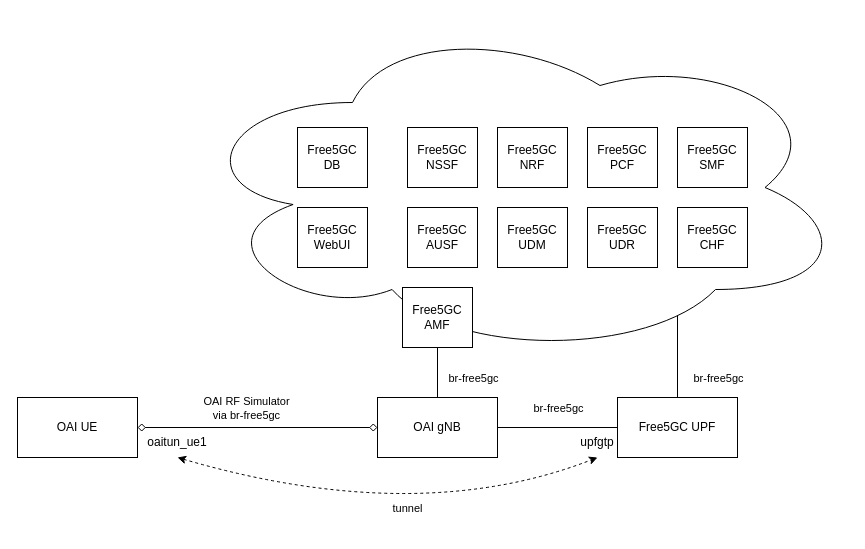
Above: docs/structure.drawio in ottoblep/tsn-5g-testbench (draw.io), before the change. Source tidied: cells renumbered, new cells numbered last; positions are measured from the earlier drawing's top-left corner, leaving out a move shared by most shapes. Both pictures are drawn from the tidied source at 100%, with x=0, y=0 at pixel (17, 17).
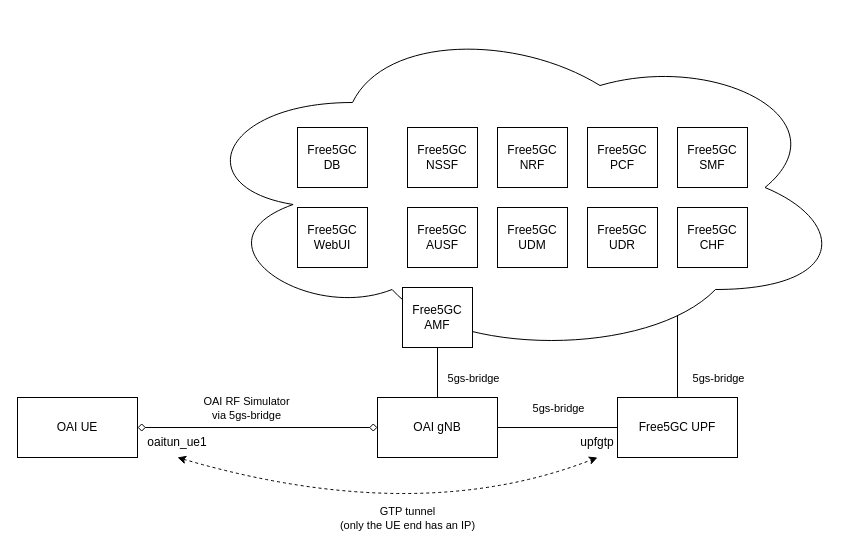
The same diagram, later.

Commit message (it also covers changes not shown here):
Update diagram with new interface names

Unchanged cells that the change refers to:
```xml
<mxCell id="6" style="endArrow=diamond;html=1;rounded=0;exitX=1;exitY=0.5;exitDx=0;exitDy=0;endFill=0;startArrow=diamond;startFill=0;entryX=0;entryY=0.5;entryDx=0;entryDy=0;" parent="1" edge="1" source="4" target="5">
  <mxGeometry relative="1" as="geometry" />
</mxCell>
<mxCell id="9" style="endArrow=none;html=1;rounded=0;entryX=0;entryY=0.5;entryDx=0;entryDy=0;exitX=1;exitY=0.5;exitDx=0;exitDy=0;" parent="1" edge="1" source="5" target="8">
  <mxGeometry relative="1" as="geometry" />
</mxCell>
<mxCell id="13" style="curved=1;endArrow=classic;html=1;rounded=0;exitX=0.5;exitY=1;exitDx=0;exitDy=0;entryX=0.5;entryY=1;entryDx=0;entryDy=0;dashed=1;startArrow=classic;startFill=1;" parent="1" edge="1" source="11" target="12">
  <mxGeometry relative="1" as="geometry">
    <Array as="points">
      <mxPoint x="400" y="510" />
    </Array>
  </mxGeometry>
</mxCell>
```

The edit, as a diff of the source:
```diff
@@
-    <mxCell id="7" value="OAI RF Simulator&lt;br&gt;via br-free5gc" style="edgeLabel;html=1;align=center;verticalAlign=middle;" parent="6" vertex="1">
+    <mxCell id="7" value="OAI RF Simulator&lt;br&gt;via 5gs-bridge" style="edgeLabel;html=1;align=center;verticalAlign=middle;" parent="6" vertex="1">
       <mxGeometry x="-0.2" y="1" relative="1" as="geometry">
         <mxPoint x="12" y="-19" as="offset" />
       </mxGeometry>
     </mxCell>
@@
-    <mxCell id="10" value="br-free5gc" style="edgeLabel;html=1;align=center;verticalAlign=middle;" parent="9" vertex="1">
+    <mxCell id="10" value="5gs-bridge" style="edgeLabel;html=1;align=center;verticalAlign=middle;" parent="9" vertex="1">
       <mxGeometry x="-0.09" y="1" relative="1" as="geometry">
         <mxPoint x="5" y="-19" as="offset" />
       </mxGeometry>
     </mxCell>
@@
-    <mxCell id="14" value="tunnel" style="edgeLabel;html=1;align=center;verticalAlign=middle;" parent="13" vertex="1">
+    <mxCell id="14" value="GTP tunnel&lt;br&gt;(only the UE end has an IP)" style="edgeLabel;html=1;align=center;verticalAlign=middle;" parent="13" vertex="1">
       <mxGeometry x="-0.06" y="23" relative="1" as="geometry">
-        <mxPoint x="23" y="14" as="offset" />
+        <mxPoint x="23" y="24" as="offset" />
       </mxGeometry>
     </mxCell>
@@
-    <mxCell id="27" value="br-free5gc" style="edgeLabel;html=1;align=center;verticalAlign=middle;" parent="1" vertex="1">
+    <mxCell id="27" value="5gs-bridge" style="edgeLabel;html=1;align=center;verticalAlign=middle;" parent="1" vertex="1">
       <mxGeometry x="455" y="360" as="geometry" />
     </mxCell>
-    <mxCell id="28" value="br-free5gc" style="edgeLabel;html=1;align=center;verticalAlign=middle;" parent="1" vertex="1">
+    <mxCell id="28" value="5gs-bridge" style="edgeLabel;html=1;align=center;verticalAlign=middle;" parent="1" vertex="1">
       <mxGeometry x="700" y="360" as="geometry" />
     </mxCell>
```
